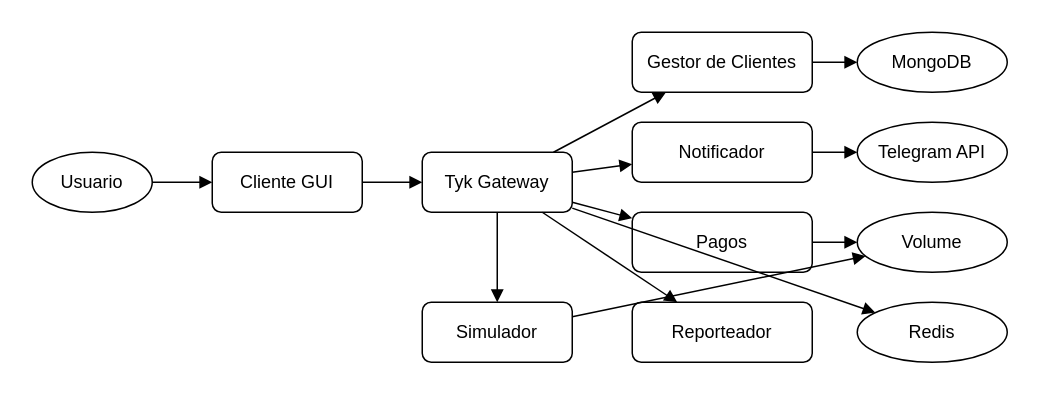
Above: page "Contexto" (1 of 3) of docs/global-surance.drawio in AngelJanvier01/docker-microservicios (draw.io), before the change. Source tidied: cells renumbered, new cells numbered last; positions are measured from the earlier drawing's top-left corner, leaving out a move shared by most shapes. Both pictures are drawn from the tidied source at 150%, with x=0, y=0 at pixel (32, 32).
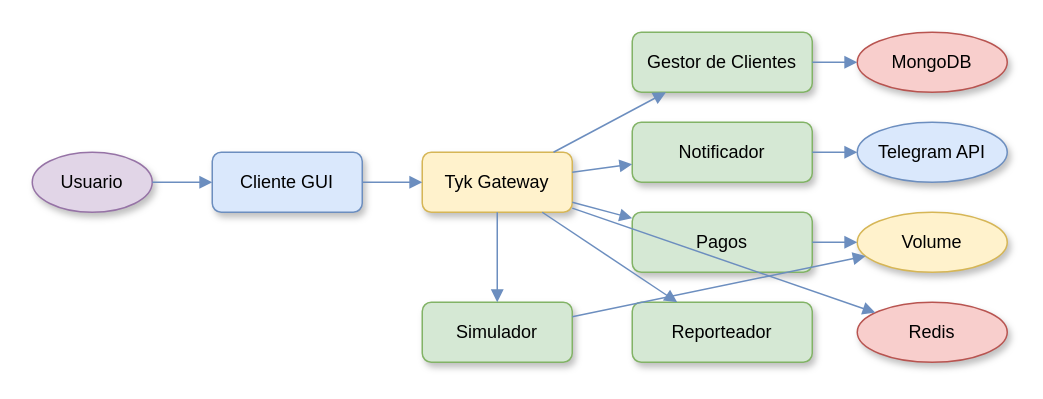
The same page after the edit.

Diff of the diagram source:
```diff
@@
-    <mxCell id="2" value="Usuario" style="ellipse;whiteSpace=wrap;html=1;" parent="1" vertex="1">
+    <mxCell id="2" value="Usuario" style="ellipse;whiteSpace=wrap;html=1;fillColor=#e1d5e7;strokeColor=#9673a6;shadow=1;fontSize=12;" parent="1" vertex="1">
       <mxGeometry y="80" width="80" height="40" as="geometry" />
     </mxCell>
-    <mxCell id="3" value="Cliente GUI" style="rounded=1;whiteSpace=wrap;html=1;" parent="1" vertex="1">
+    <mxCell id="3" value="Cliente GUI" style="rounded=1;whiteSpace=wrap;html=1;fillColor=#dae8fc;strokeColor=#6c8ebf;shadow=1;fontSize=12;" parent="1" vertex="1">
       <mxGeometry x="120" y="80" width="100" height="40" as="geometry" />
     </mxCell>
-    <mxCell id="4" value="Tyk Gateway" style="rounded=1;whiteSpace=wrap;html=1;" parent="1" vertex="1">
+    <mxCell id="4" value="Tyk Gateway" style="rounded=1;whiteSpace=wrap;html=1;fillColor=#fff2cc;strokeColor=#d6b656;shadow=1;fontSize=12;" parent="1" vertex="1">
       <mxGeometry x="260" y="80" width="100" height="40" as="geometry" />
     </mxCell>
-    <mxCell id="5" value="Gestor de Clientes" style="rounded=1;whiteSpace=wrap;html=1;" parent="1" vertex="1">
+    <mxCell id="5" value="Gestor de Clientes" style="rounded=1;whiteSpace=wrap;html=1;fillColor=#d5e8d4;strokeColor=#82b366;shadow=1;fontSize=12;" parent="1" vertex="1">
       <mxGeometry x="400" width="120" height="40" as="geometry" />
     </mxCell>
-    <mxCell id="6" value="Notificador" style="rounded=1;whiteSpace=wrap;html=1;" parent="1" vertex="1">
+    <mxCell id="6" value="Notificador" style="rounded=1;whiteSpace=wrap;html=1;fillColor=#d5e8d4;strokeColor=#82b366;shadow=1;fontSize=12;" parent="1" vertex="1">
       <mxGeometry x="400" y="60" width="120" height="40" as="geometry" />
     </mxCell>
-    <mxCell id="7" value="Pagos" style="rounded=1;whiteSpace=wrap;html=1;" parent="1" vertex="1">
+    <mxCell id="7" value="Pagos" style="rounded=1;whiteSpace=wrap;html=1;fillColor=#d5e8d4;strokeColor=#82b366;shadow=1;fontSize=12;" parent="1" vertex="1">
       <mxGeometry x="400" y="120" width="120" height="40" as="geometry" />
     </mxCell>
-    <mxCell id="8" value="Reporteador" style="rounded=1;whiteSpace=wrap;html=1;" parent="1" vertex="1">
+    <mxCell id="8" value="Reporteador" style="rounded=1;whiteSpace=wrap;html=1;fillColor=#d5e8d4;strokeColor=#82b366;shadow=1;fontSize=12;" parent="1" vertex="1">
       <mxGeometry x="400" y="180" width="120" height="40" as="geometry" />
     </mxCell>
-    <mxCell id="9" value="Simulador" style="rounded=1;whiteSpace=wrap;html=1;" parent="1" vertex="1">
+    <mxCell id="9" value="Simulador" style="rounded=1;whiteSpace=wrap;html=1;fillColor=#d5e8d4;strokeColor=#82b366;shadow=1;fontSize=12;" parent="1" vertex="1">
       <mxGeometry x="260" y="180" width="100" height="40" as="geometry" />
     </mxCell>
-    <mxCell id="10" value="Telegram API" style="ellipse;whiteSpace=wrap;html=1;" parent="1" vertex="1">
+    <mxCell id="10" value="Telegram API" style="ellipse;whiteSpace=wrap;html=1;fillColor=#dae8fc;strokeColor=#6c8ebf;shadow=1;fontSize=12;" parent="1" vertex="1">
       <mxGeometry x="550" y="60" width="100" height="40" as="geometry" />
     </mxCell>
-    <mxCell id="11" value="MongoDB" style="ellipse;whiteSpace=wrap;html=1;" parent="1" vertex="1">
+    <mxCell id="11" value="MongoDB" style="ellipse;whiteSpace=wrap;html=1;fillColor=#f8cecc;strokeColor=#b85450;shadow=1;fontSize=12;" parent="1" vertex="1">
       <mxGeometry x="550" width="100" height="40" as="geometry" />
     </mxCell>
-    <mxCell id="12" value="Volume" style="ellipse;whiteSpace=wrap;html=1;" parent="1" vertex="1">
+    <mxCell id="12" value="Volume" style="ellipse;whiteSpace=wrap;html=1;fillColor=#fff2cc;strokeColor=#d6b656;shadow=1;fontSize=12;" parent="1" vertex="1">
       <mxGeometry x="550" y="120" width="100" height="40" as="geometry" />
     </mxCell>
-    <mxCell id="13" value="Redis" style="ellipse;whiteSpace=wrap;html=1;" parent="1" vertex="1">
+    <mxCell id="13" value="Redis" style="ellipse;whiteSpace=wrap;html=1;fillColor=#f8cecc;strokeColor=#b85450;shadow=1;fontSize=12;" parent="1" vertex="1">
       <mxGeometry x="550" y="180" width="100" height="40" as="geometry" />
     </mxCell>
-    <mxCell id="14" style="endArrow=block;html=1;" parent="1" edge="1" source="2" target="3">
+    <mxCell id="14" style="endArrow=block;html=1;strokeColor=#6c8ebf;" parent="1" edge="1" source="2" target="3">
       <mxGeometry relative="1" as="geometry" />
     </mxCell>
-    <mxCell id="15" style="endArrow=block;html=1;" parent="1" edge="1" source="3" target="4">
+    <mxCell id="15" style="endArrow=block;html=1;strokeColor=#6c8ebf;" parent="1" edge="1" source="3" target="4">
       <mxGeometry relative="1" as="geometry" />
     </mxCell>
-    <mxCell id="16" style="endArrow=block;html=1;" parent="1" edge="1" source="4" target="5">
+    <mxCell id="16" style="endArrow=block;html=1;strokeColor=#6c8ebf;" parent="1" edge="1" source="4" target="5">
       <mxGeometry relative="1" as="geometry" />
     </mxCell>
-    <mxCell id="17" style="endArrow=block;html=1;" parent="1" edge="1" source="4" target="6">
+    <mxCell id="17" style="endArrow=block;html=1;strokeColor=#6c8ebf;" parent="1" edge="1" source="4" target="6">
       <mxGeometry relative="1" as="geometry" />
     </mxCell>
-    <mxCell id="18" style="endArrow=block;html=1;" parent="1" edge="1" source="4" target="7">
+    <mxCell id="18" style="endArrow=block;html=1;strokeColor=#6c8ebf;" parent="1" edge="1" source="4" target="7">
       <mxGeometry relative="1" as="geometry" />
     </mxCell>
-    <mxCell id="19" style="endArrow=block;html=1;" parent="1" edge="1" source="4" target="8">
+    <mxCell id="19" style="endArrow=block;html=1;strokeColor=#6c8ebf;" parent="1" edge="1" source="4" target="8">
       <mxGeometry relative="1" as="geometry" />
     </mxCell>
-    <mxCell id="20" style="endArrow=block;html=1;" parent="1" edge="1" source="4" target="9">
+    <mxCell id="20" style="endArrow=block;html=1;strokeColor=#6c8ebf;" parent="1" edge="1" source="4" target="9">
       <mxGeometry relative="1" as="geometry" />
     </mxCell>
-    <mxCell id="21" style="endArrow=block;html=1;" parent="1" edge="1" source="6" target="10">
+    <mxCell id="21" style="endArrow=block;html=1;strokeColor=#6c8ebf;" parent="1" edge="1" source="6" target="10">
       <mxGeometry relative="1" as="geometry" />
     </mxCell>
-    <mxCell id="22" style="endArrow=block;html=1;" parent="1" edge="1" source="5" target="11">
+    <mxCell id="22" style="endArrow=block;html=1;strokeColor=#6c8ebf;" parent="1" edge="1" source="5" target="11">
       <mxGeometry relative="1" as="geometry" />
     </mxCell>
-    <mxCell id="23" style="endArrow=block;html=1;" parent="1" edge="1" source="9" target="12">
+    <mxCell id="23" style="endArrow=block;html=1;strokeColor=#6c8ebf;" parent="1" edge="1" source="9" target="12">
       <mxGeometry relative="1" as="geometry" />
     </mxCell>
-    <mxCell id="24" style="endArrow=block;html=1;" parent="1" edge="1" source="7" target="12">
+    <mxCell id="24" style="endArrow=block;html=1;strokeColor=#6c8ebf;" parent="1" edge="1" source="7" target="12">
       <mxGeometry relative="1" as="geometry" />
     </mxCell>
-    <mxCell id="25" style="endArrow=block;html=1;" parent="1" edge="1" source="4" target="13">
+    <mxCell id="25" style="endArrow=block;html=1;strokeColor=#6c8ebf;" parent="1" edge="1" source="4" target="13">
       <mxGeometry relative="1" as="geometry" />
     </mxCell>
```
